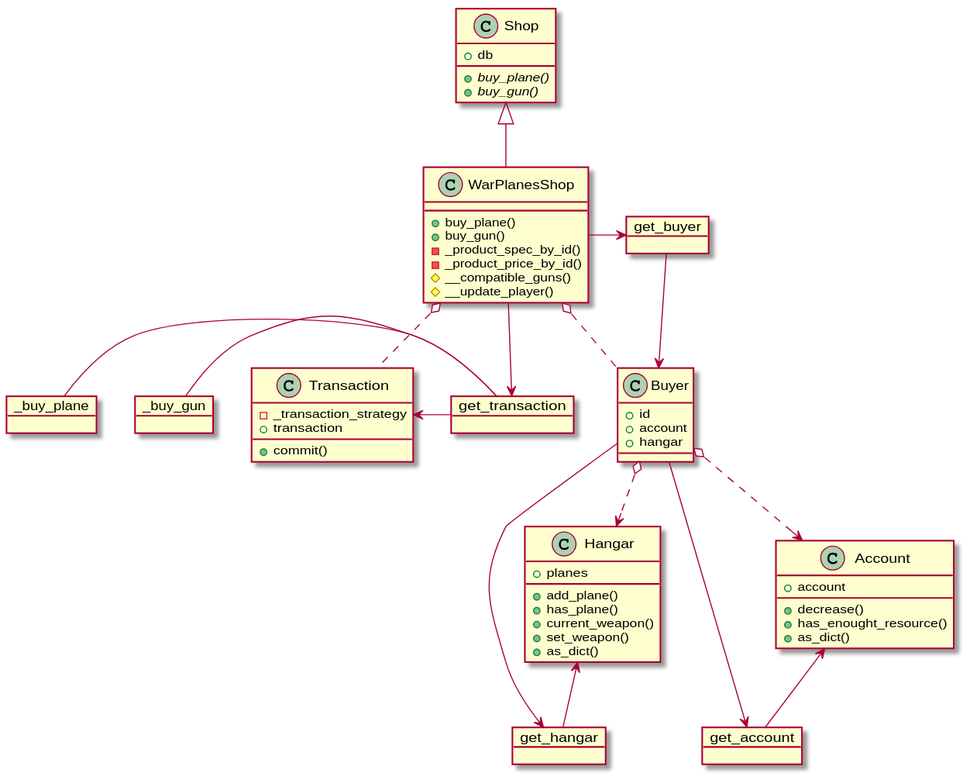
The PlantUML diagram docs/class_diagram.svg in ronie2/war, before a commit.
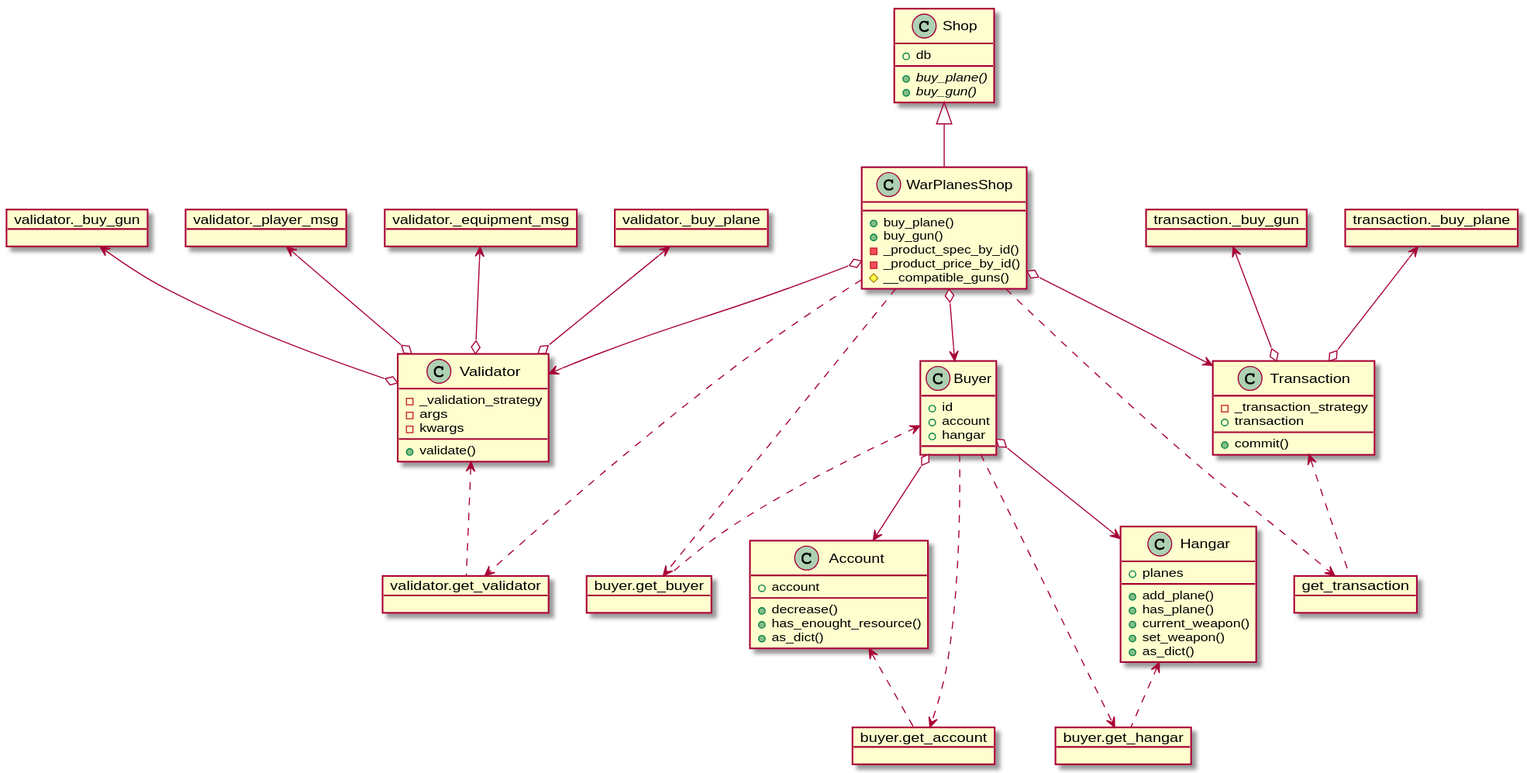
Above is the later version.

What changed in the source:
```diff
@@ -1,11 +1,17 @@
 @startuml
 object get_transaction
-object _buy_plane
-object _buy_gun
+object transaction._buy_plane
+object transaction._buy_gun
 
-object get_hangar
-object get_buyer
-object get_account
+object buyer.get_hangar
+object buyer.get_buyer
+object buyer.get_account
+
+object validator._player_msg
+object validator._equipment_msg
+object validator._buy_plane
+object validator._buy_gun
+object validator.get_validator
 
 class Shop {
 + db
@@ -18,18 +24,23 @@
 - _product_spec_by_id()
 - _product_price_by_id()
 # __compatible_guns()
-# __update_player()
 }
 class Buyer {
 + id
-+ balance
++ account
 + hangar
 }
 class Account {
-+ balance
++ account
 + decrease()
 + has_enought_resource()
 + as_dict()
+}
+class Validator {
+- _validation_strategy
+- args
+- kwargs
++ validate()
 }
 class Hangar {
 + planes
@@ -44,19 +55,28 @@
 + transaction
 + commit()
 }
+
 Shop <|-- WarPlanesShop
-Account <-- get_account
-Hangar <-- get_hangar
-Transaction <- get_transaction
-Buyer <-- get_buyer
-Buyer --> get_account
-Buyer --> get_hangar
-Buyer o..> Account
-Buyer o..> Hangar
-WarPlanesShop -> get_buyer
-WarPlanesShop --> get_transaction
-WarPlanesShop o.. Buyer
-WarPlanesShop o.. Transaction
-_buy_plane - get_transaction
-_buy_gun - get_transaction
+Account <.. buyer.get_account
+Hangar <.. buyer.get_hangar
+Transaction <.. get_transaction
+Validator <.. validator.get_validator
+Buyer <.. buyer.get_buyer
+Buyer ..> buyer.get_account
+Buyer ..> buyer.get_hangar
+Buyer o--> Account
+Buyer o--> Hangar
+WarPlanesShop ..> buyer.get_buyer
+WarPlanesShop ..> get_transaction
+WarPlanesShop ..> validator.get_validator
+WarPlanesShop o--> Buyer
+WarPlanesShop o--> Transaction
+WarPlanesShop o--> Validator
+transaction._buy_plane <--o Transaction
+transaction._buy_gun <--o Transaction
+
+validator._player_msg <--o Validator
+validator._equipment_msg <--o Validator
+validator._buy_plane <--o Validator
+validator._buy_gun <--o Validator
 @enduml
```
